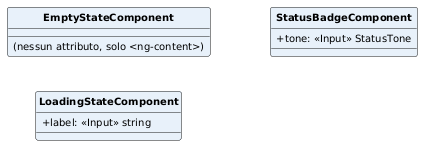
Above: PB/Specifica Tecnica/ImmaginiSpecificaTecnica/ClassiSingoleFrontendMicro/EmptyLoadingStatus.png in aLittleByte-19/Documentazione (PlantUML), before the change.
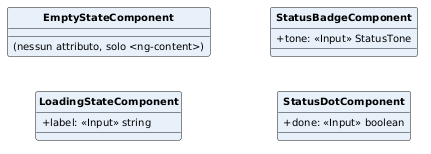
The same diagram one commit later.

Diff of the diagram source:
```diff
@@ -16,4 +16,7 @@
 class StatusBadgeComponent #E8F1FA {
   +tone: <<Input>> StatusTone
 }
+class StatusDotComponent #E8F1FA {
+  +done: <<Input>> boolean
+}
 @enduml
```
